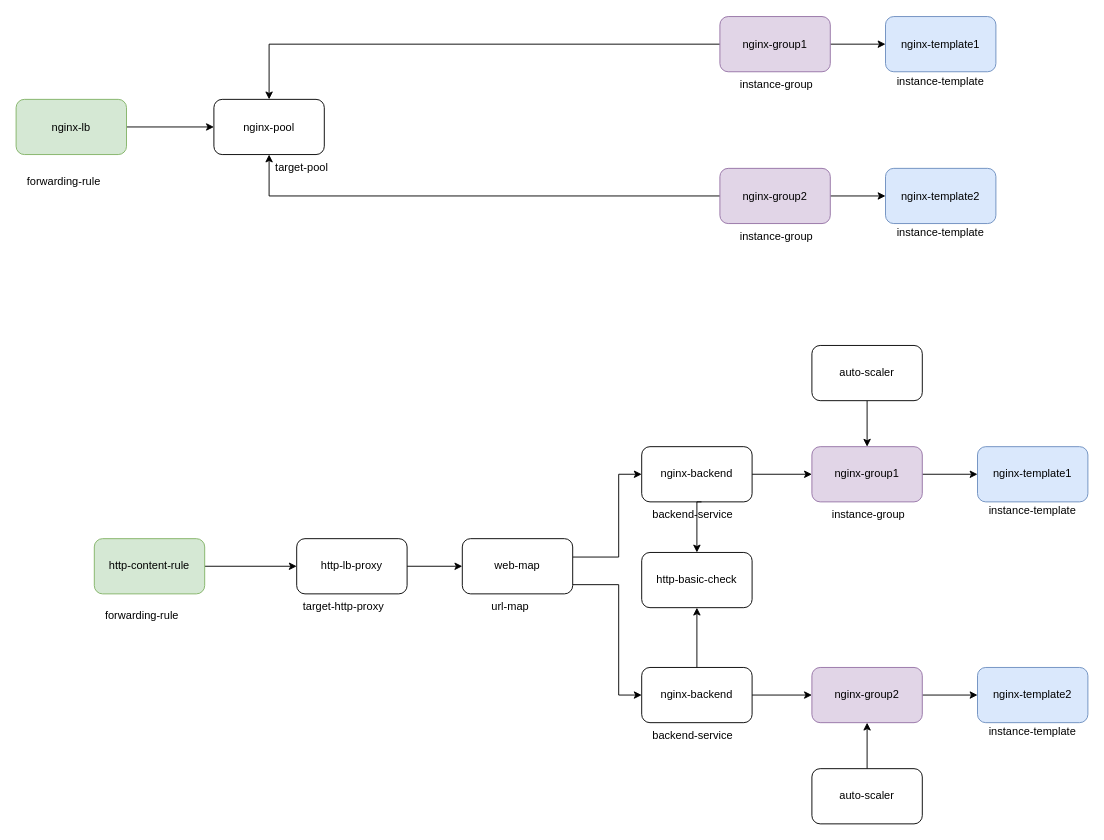
Above: http-lb.drawio in Abdennebi/gcp-training (draw.io), before the change. Source tidied: cells renumbered, new cells numbered last; positions are measured from the earlier drawing's top-left corner, leaving out a move shared by most shapes. Both pictures are drawn from the tidied source at 92%, with x=0, y=0 at pixel (16, 16).
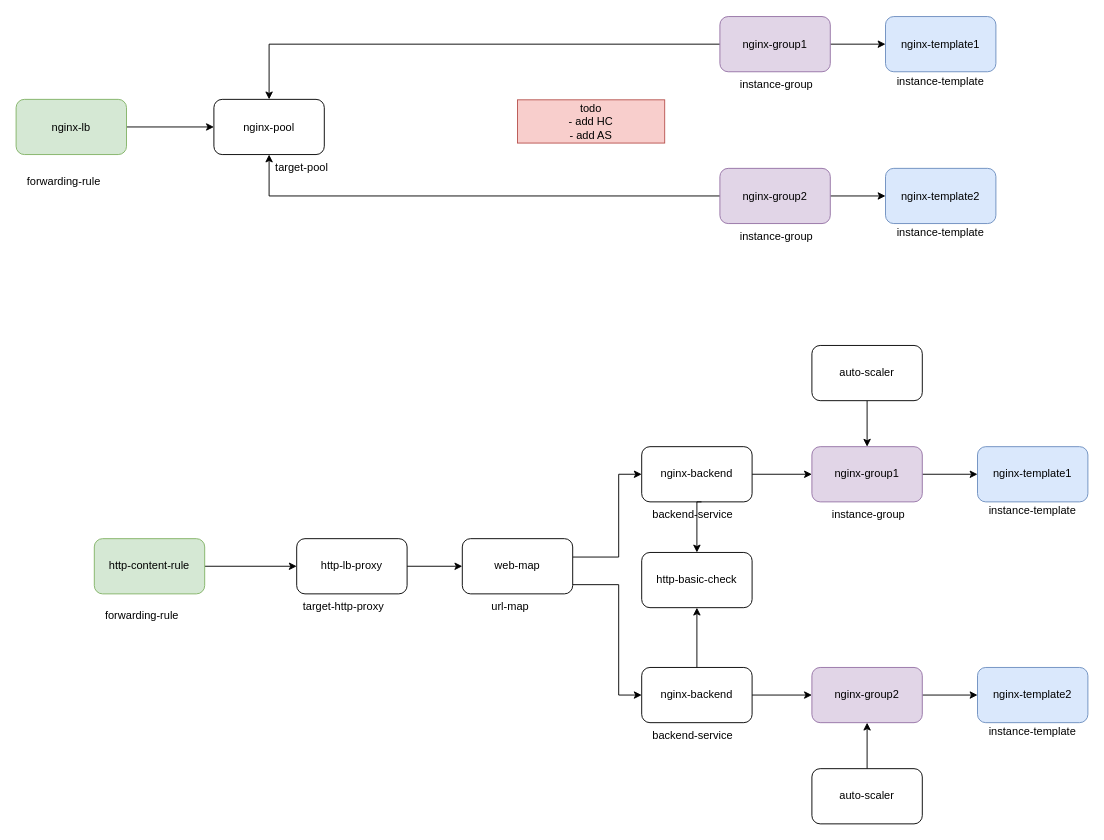
After the change.

Diff of the diagram source:
```diff
@@
+    <mxCell id="51" value="todo &lt;br&gt;- add HC&lt;br&gt;- add AS&lt;br&gt;" style="text;html=1;strokeColor=#b85450;fillColor=#f8cecc;align=center;verticalAlign=middle;whiteSpace=wrap;rounded=0;" parent="1" vertex="1">
+      <mxGeometry x="545" y="91" width="160" height="47" as="geometry" />
+    </mxCell>
```
